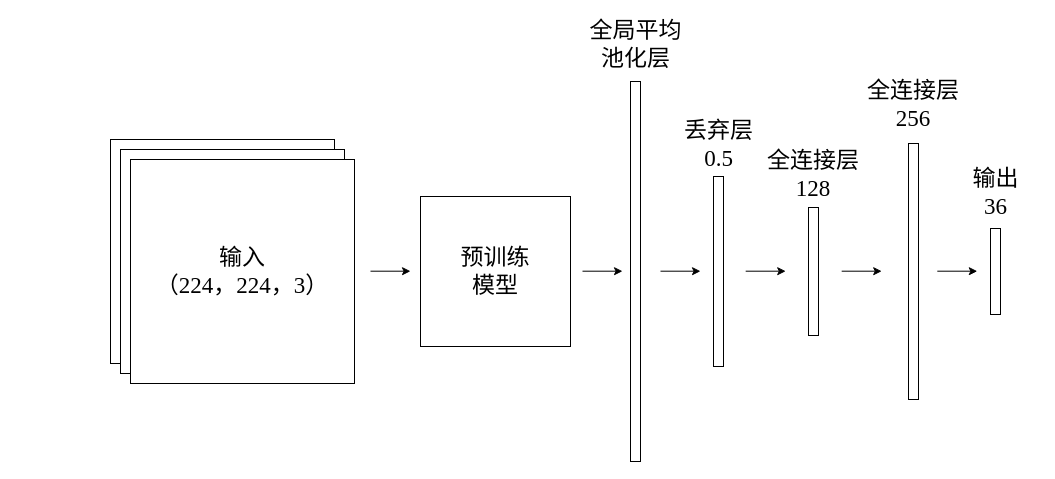
caijihuize/Mushroom_Classification keeps this draw.io diagram as 神经网络模型.drawio. Above is the earlier version. Source tidied: cells renumbered, new cells numbered last; positions are measured from the earlier drawing's top-left corner, leaving out a move shared by most shapes. Both pictures are drawn from the tidied source at 100%, with x=0, y=0 at pixel (110, 29).
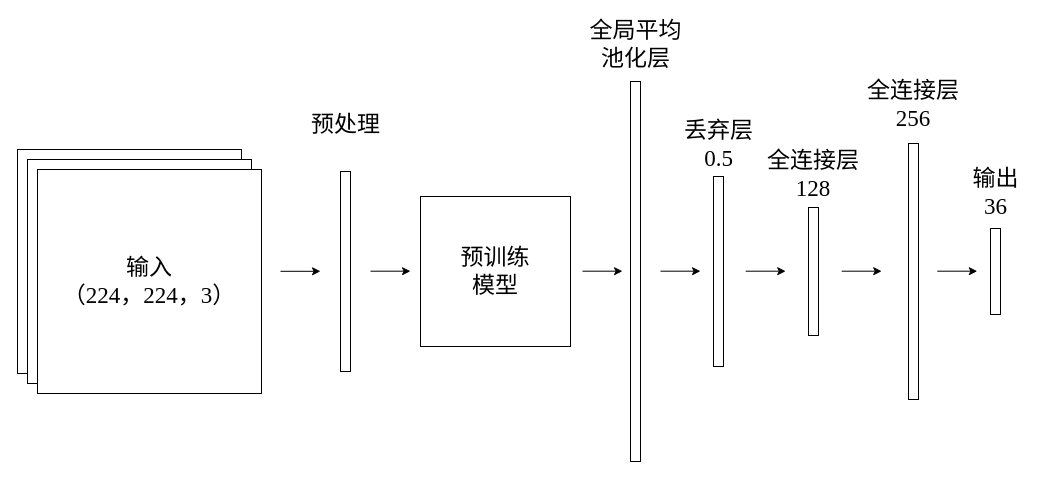
The same page after the edit.

Commit message:
更新神经网络模型.drawio

Diff of the diagram source:
```diff
@@
     <mxCell id="2" style="rounded=0;whiteSpace=wrap;html=1;fontFamily=Times New Roman;fontSize=27;" parent="1" vertex="1">
-      <mxGeometry y="110" width="224" height="224" as="geometry" />
+      <mxGeometry x="-93" y="120" width="224" height="224" as="geometry" />
     </mxCell>
     <mxCell id="3" style="rounded=0;whiteSpace=wrap;html=1;fontFamily=Times New Roman;fontSize=27;" parent="1" vertex="1">
-      <mxGeometry x="10" y="120" width="224" height="224" as="geometry" />
+      <mxGeometry x="-83" y="130" width="224" height="224" as="geometry" />
     </mxCell>
     <mxCell id="4" value="输入&lt;br&gt;&lt;div&gt;（224，224，3）&lt;/div&gt;" style="rounded=0;whiteSpace=wrap;html=1;fontSize=23;fontFamily=Times New Roman;" parent="1" vertex="1">
-      <mxGeometry x="20" y="130" width="224" height="224" as="geometry" />
+      <mxGeometry x="-73" y="140" width="224" height="224" as="geometry" />
     </mxCell>
@@
+    <mxCell id="22" style="rounded=0;whiteSpace=wrap;html=1;fontFamily=Times New Roman;fontSize=27;" parent="1" vertex="1">
+      <mxGeometry x="230" y="142" width="10" height="200" as="geometry" />
+    </mxCell>
+    <mxCell id="23" value="&lt;div&gt;预处理&lt;/div&gt;" style="text;html=1;align=center;verticalAlign=middle;whiteSpace=wrap;rounded=0;fontSize=23;fontFamily=Times New Roman;" parent="1" vertex="1">
+      <mxGeometry x="162.5" y="80" width="145" height="30" as="geometry" />
+    </mxCell>
+    <mxCell id="24" style="endArrow=classic;html=1;rounded=0;" parent="1" edge="1">
+      <mxGeometry relative="1" as="geometry">
+        <mxPoint x="170" y="241.8" as="sourcePoint" />
+        <mxPoint x="210" y="241.8" as="targetPoint" />
+      </mxGeometry>
+    </mxCell>
```
